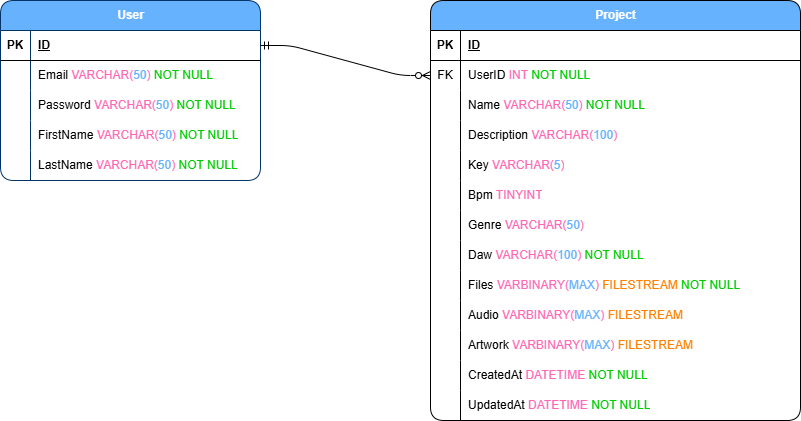
Earlier version of the draw.io export documentation/diagrams/beatblock_erd.drawio.png (damian-pillay/beat-block). Source tidied: cells renumbered, new cells last; positions are measured from the earlier drawing's top-left corner, leaving out a move shared by most shapes. The source it was exported from:
```xml
<mxGraphModel>
  <root>
    <mxCell id="0" />
    <mxCell id="1" parent="0" />
    <mxCell id="2" value="Project" style="shape=table;startSize=30;rowLines=0;fontStyle=1;align=center;html=1;rounded=1;fillColor=#66B2FF;fontColor=#ffffff;strokeColor=#000000;" parent="1" vertex="1">
      <mxGeometry x="430" width="370" height="420" as="geometry" />
    </mxCell>
    <mxCell id="3" style="shape=tableRow;horizontal=0;startSize=0;swimlaneHead=0;swimlaneBody=0;fillColor=none;top=0;left=0;right=0;bottom=1;" parent="2" vertex="1">
      <mxGeometry y="30" width="370" height="30" as="geometry" />
    </mxCell>
    <mxCell id="4" value="PK" style="shape=partialRectangle;fillColor=none;top=0;left=0;bottom=0;right=0;fontStyle=1;overflow=hidden;whiteSpace=wrap;html=1;" parent="3" vertex="1">
      <mxGeometry width="30" height="30" as="geometry" />
    </mxCell>
    <mxCell id="5" value="ID" style="shape=partialRectangle;fillColor=none;top=0;left=0;bottom=0;right=0;align=left;spacingLeft=6;fontStyle=5;overflow=hidden;whiteSpace=wrap;html=1;" parent="3" vertex="1">
      <mxGeometry x="30" width="340" height="30" as="geometry" />
    </mxCell>
    <mxCell id="6" style="shape=tableRow;horizontal=0;startSize=0;swimlaneHead=0;swimlaneBody=0;fillColor=none;points=[[0,0.5],[1,0.5]];portConstraint=eastwest;top=0;left=0;right=0;bottom=0;" parent="2" vertex="1">
      <mxGeometry y="60" width="370" height="30" as="geometry" />
    </mxCell>
    <mxCell id="7" value="FK" style="shape=partialRectangle;fillColor=none;top=0;left=0;bottom=0;right=0;overflow=hidden;whiteSpace=wrap;html=1;" parent="6" vertex="1">
      <mxGeometry width="30" height="30" as="geometry" />
    </mxCell>
    <mxCell id="8" value="UserID &lt;font style=&quot;color: rgb(255, 102, 179);&quot;&gt;INT&amp;nbsp;&lt;/font&gt;&lt;font style=&quot;color: rgb(0, 204, 0);&quot;&gt;&lt;span style=&quot;color: rgb(0, 0, 204);&quot;&gt;&lt;font style=&quot;color: rgb(0, 204, 0);&quot;&gt;NOT NULL&lt;/font&gt;&lt;/span&gt;&lt;/font&gt;" style="shape=partialRectangle;fillColor=none;top=0;left=0;bottom=0;right=0;align=left;spacingLeft=6;overflow=hidden;whiteSpace=wrap;html=1;" parent="6" vertex="1">
      <mxGeometry x="30" width="340" height="30" as="geometry" />
    </mxCell>
    <mxCell id="9" style="shape=tableRow;horizontal=0;startSize=0;swimlaneHead=0;swimlaneBody=0;fillColor=none;top=0;left=0;right=0;bottom=0;" parent="2" vertex="1">
      <mxGeometry y="90" width="370" height="30" as="geometry" />
    </mxCell>
    <mxCell id="10" style="shape=partialRectangle;fillColor=none;top=0;left=0;bottom=0;right=0;overflow=hidden;whiteSpace=wrap;html=1;" parent="9" vertex="1">
      <mxGeometry width="30" height="30" as="geometry" />
    </mxCell>
    <mxCell id="11" value="Name &lt;font style=&quot;color: rgb(255, 102, 179);&quot;&gt;VARCHAR(&lt;/font&gt;&lt;font style=&quot;color: rgb(102, 178, 255);&quot;&gt;50&lt;/font&gt;&lt;font style=&quot;color: rgb(255, 102, 179);&quot;&gt;)&amp;nbsp;&lt;/font&gt;&lt;span style=&quot;color: rgb(0, 204, 0);&quot;&gt;NOT NULL&lt;/span&gt;" style="shape=partialRectangle;fillColor=none;top=0;left=0;bottom=0;right=0;align=left;spacingLeft=6;overflow=hidden;whiteSpace=wrap;html=1;" parent="9" vertex="1">
      <mxGeometry x="30" width="340" height="30" as="geometry" />
    </mxCell>
    <mxCell id="12" style="shape=tableRow;horizontal=0;startSize=0;swimlaneHead=0;swimlaneBody=0;fillColor=none;top=0;left=0;right=0;bottom=0;" parent="2" vertex="1">
      <mxGeometry y="120" width="370" height="30" as="geometry" />
    </mxCell>
    <mxCell id="13" style="shape=partialRectangle;fillColor=none;top=0;left=0;bottom=0;right=0;overflow=hidden;whiteSpace=wrap;html=1;" parent="12" vertex="1">
      <mxGeometry width="30" height="30" as="geometry" />
    </mxCell>
    <mxCell id="14" value="Description&lt;font style=&quot;color: rgb(255, 102, 179);&quot;&gt; VARCHAR(&lt;/font&gt;&lt;font style=&quot;color: rgb(102, 178, 255);&quot;&gt;100&lt;/font&gt;&lt;font style=&quot;color: rgb(255, 102, 179);&quot;&gt;)&amp;nbsp;&lt;/font&gt;" style="shape=partialRectangle;fillColor=none;top=0;left=0;bottom=0;right=0;align=left;spacingLeft=6;overflow=hidden;whiteSpace=wrap;html=1;" parent="12" vertex="1">
      <mxGeometry x="30" width="340" height="30" as="geometry" />
    </mxCell>
    <mxCell id="15" style="shape=tableRow;horizontal=0;startSize=0;swimlaneHead=0;swimlaneBody=0;fillColor=none;top=0;left=0;right=0;bottom=0;" parent="2" vertex="1">
      <mxGeometry y="150" width="370" height="30" as="geometry" />
    </mxCell>
    <mxCell id="16" style="shape=partialRectangle;fillColor=none;top=0;left=0;bottom=0;right=0;overflow=hidden;whiteSpace=wrap;html=1;" parent="15" vertex="1">
      <mxGeometry width="30" height="30" as="geometry" />
    </mxCell>
    <mxCell id="17" value="Key&amp;nbsp;&lt;font style=&quot;color: rgb(255, 102, 179);&quot;&gt;VARCHAR(&lt;/font&gt;&lt;font style=&quot;color: rgb(102, 178, 255);&quot;&gt;5&lt;/font&gt;&lt;font style=&quot;color: rgb(255, 102, 179);&quot;&gt;)&lt;/font&gt;" style="shape=partialRectangle;fillColor=none;top=0;left=0;bottom=0;right=0;align=left;spacingLeft=6;overflow=hidden;whiteSpace=wrap;html=1;" parent="15" vertex="1">
      <mxGeometry x="30" width="340" height="30" as="geometry" />
    </mxCell>
    <mxCell id="18" style="shape=tableRow;horizontal=0;startSize=0;swimlaneHead=0;swimlaneBody=0;fillColor=none;top=0;left=0;right=0;bottom=0;" parent="2" vertex="1">
      <mxGeometry y="180" width="370" height="30" as="geometry" />
    </mxCell>
    <mxCell id="19" style="shape=partialRectangle;fillColor=none;top=0;left=0;bottom=0;right=0;overflow=hidden;whiteSpace=wrap;html=1;" parent="18" vertex="1">
      <mxGeometry width="30" height="30" as="geometry" />
    </mxCell>
    <mxCell id="20" value="Bpm &lt;font style=&quot;color: rgb(255, 102, 179);&quot;&gt;TINYINT&lt;/font&gt;" style="shape=partialRectangle;fillColor=none;top=0;left=0;bottom=0;right=0;align=left;spacingLeft=6;overflow=hidden;whiteSpace=wrap;html=1;" parent="18" vertex="1">
      <mxGeometry x="30" width="340" height="30" as="geometry" />
    </mxCell>
    <mxCell id="21" style="shape=tableRow;horizontal=0;startSize=0;swimlaneHead=0;swimlaneBody=0;fillColor=none;top=0;left=0;right=0;bottom=0;" parent="2" vertex="1">
      <mxGeometry y="210" width="370" height="30" as="geometry" />
    </mxCell>
    <mxCell id="22" style="shape=partialRectangle;fillColor=none;top=0;left=0;bottom=0;right=0;overflow=hidden;whiteSpace=wrap;html=1;" parent="21" vertex="1">
      <mxGeometry width="30" height="30" as="geometry" />
    </mxCell>
    <mxCell id="23" value="Genre &lt;font style=&quot;color: rgb(255, 102, 179);&quot;&gt;VARCHAR(&lt;/font&gt;&lt;font style=&quot;color: rgb(102, 178, 255);&quot;&gt;50&lt;/font&gt;&lt;font style=&quot;color: rgb(255, 102, 179);&quot;&gt;)&lt;/font&gt;" style="shape=partialRectangle;fillColor=none;top=0;left=0;bottom=0;right=0;align=left;spacingLeft=6;overflow=hidden;whiteSpace=wrap;html=1;" parent="21" vertex="1">
      <mxGeometry x="30" width="340" height="30" as="geometry" />
    </mxCell>
    <mxCell id="24" style="shape=tableRow;horizontal=0;startSize=0;swimlaneHead=0;swimlaneBody=0;fillColor=none;top=0;left=0;right=0;bottom=0;" parent="2" vertex="1">
      <mxGeometry y="240" width="370" height="30" as="geometry" />
    </mxCell>
    <mxCell id="25" style="shape=partialRectangle;fillColor=none;top=0;left=0;bottom=0;right=0;overflow=hidden;whiteSpace=wrap;html=1;" parent="24" vertex="1">
      <mxGeometry width="30" height="30" as="geometry" />
    </mxCell>
    <mxCell id="26" value="Daw &lt;font style=&quot;color: rgb(255, 102, 179);&quot;&gt;VARCHAR(&lt;/font&gt;&lt;font style=&quot;color: rgb(102, 178, 255);&quot;&gt;100&lt;/font&gt;&lt;font style=&quot;color: rgb(255, 102, 179);&quot;&gt;)&amp;nbsp;&lt;/font&gt;&lt;span style=&quot;color: rgb(0, 204, 0);&quot;&gt;NOT NULL&lt;/span&gt;" style="shape=partialRectangle;fillColor=none;top=0;left=0;bottom=0;right=0;align=left;spacingLeft=6;overflow=hidden;whiteSpace=wrap;html=1;" parent="24" vertex="1">
      <mxGeometry x="30" width="340" height="30" as="geometry" />
    </mxCell>
    <mxCell id="27" style="shape=tableRow;horizontal=0;startSize=0;swimlaneHead=0;swimlaneBody=0;fillColor=none;top=0;left=0;right=0;bottom=0;" parent="2" vertex="1">
      <mxGeometry y="270" width="370" height="30" as="geometry" />
    </mxCell>
    <mxCell id="28" style="shape=partialRectangle;fillColor=none;top=0;left=0;bottom=0;right=0;overflow=hidden;whiteSpace=wrap;html=1;" parent="27" vertex="1">
      <mxGeometry width="30" height="30" as="geometry" />
    </mxCell>
    <mxCell id="29" value="Files &lt;font style=&quot;color: rgb(255, 102, 179);&quot;&gt;VARBINARY(&lt;/font&gt;&lt;font style=&quot;color: rgb(102, 178, 255);&quot;&gt;MAX&lt;/font&gt;&lt;font style=&quot;color: rgb(255, 102, 179);&quot;&gt;) &lt;/font&gt;&lt;font style=&quot;color: rgb(255, 128, 0);&quot;&gt;FILESTREAM&lt;/font&gt;&lt;font style=&quot;color: rgb(255, 102, 179);&quot;&gt;&amp;nbsp;&lt;/font&gt;&lt;span style=&quot;color: rgb(0, 204, 0);&quot;&gt;NOT NULL&lt;/span&gt;" style="shape=partialRectangle;fillColor=none;top=0;left=0;bottom=0;right=0;align=left;spacingLeft=6;overflow=hidden;whiteSpace=wrap;html=1;" parent="27" vertex="1">
      <mxGeometry x="30" width="340" height="30" as="geometry" />
    </mxCell>
    <mxCell id="30" style="shape=tableRow;horizontal=0;startSize=0;swimlaneHead=0;swimlaneBody=0;fillColor=none;top=0;left=0;right=0;bottom=0;" parent="2" vertex="1">
      <mxGeometry y="300" width="370" height="30" as="geometry" />
    </mxCell>
    <mxCell id="31" style="shape=partialRectangle;fillColor=none;top=0;left=0;bottom=0;right=0;overflow=hidden;whiteSpace=wrap;html=1;" parent="30" vertex="1">
      <mxGeometry width="30" height="30" as="geometry" />
    </mxCell>
    <mxCell id="32" value="Audio&amp;nbsp;&lt;font style=&quot;color: rgb(255, 102, 179);&quot;&gt;VARBINARY(&lt;/font&gt;&lt;font style=&quot;color: rgb(102, 178, 255);&quot;&gt;MAX&lt;/font&gt;&lt;font style=&quot;color: rgb(255, 102, 179);&quot;&gt;)&amp;nbsp;&lt;/font&gt;&lt;span&gt;&lt;font style=&quot;color: rgb(255, 128, 0);&quot;&gt;FILESTREAM&lt;/font&gt;&lt;/span&gt;" style="shape=partialRectangle;fillColor=none;top=0;left=0;bottom=0;right=0;align=left;spacingLeft=6;overflow=hidden;whiteSpace=wrap;html=1;" parent="30" vertex="1">
      <mxGeometry x="30" width="340" height="30" as="geometry" />
    </mxCell>
    <mxCell id="33" style="shape=tableRow;horizontal=0;startSize=0;swimlaneHead=0;swimlaneBody=0;fillColor=none;top=0;left=0;right=0;bottom=0;" parent="2" vertex="1">
      <mxGeometry y="330" width="370" height="30" as="geometry" />
    </mxCell>
    <mxCell id="34" style="shape=partialRectangle;fillColor=none;top=0;left=0;bottom=0;right=0;overflow=hidden;whiteSpace=wrap;html=1;" parent="33" vertex="1">
      <mxGeometry width="30" height="30" as="geometry" />
    </mxCell>
    <mxCell id="35" value="Artwork&amp;nbsp;&lt;font style=&quot;color: rgb(255, 102, 179);&quot;&gt;VARBINARY(&lt;/font&gt;&lt;font style=&quot;color: rgb(102, 178, 255);&quot;&gt;MAX&lt;/font&gt;&lt;font style=&quot;color: rgb(255, 102, 179);&quot;&gt;)&amp;nbsp;&lt;/font&gt;&lt;span&gt;&lt;font style=&quot;color: rgb(255, 128, 0);&quot;&gt;FILESTREAM&lt;/font&gt;&lt;/span&gt;" style="shape=partialRectangle;fillColor=none;top=0;left=0;bottom=0;right=0;align=left;spacingLeft=6;overflow=hidden;whiteSpace=wrap;html=1;" parent="33" vertex="1">
      <mxGeometry x="30" width="340" height="30" as="geometry" />
    </mxCell>
    <mxCell id="36" style="shape=tableRow;horizontal=0;startSize=0;swimlaneHead=0;swimlaneBody=0;fillColor=none;top=0;left=0;right=0;bottom=0;" parent="2" vertex="1">
      <mxGeometry y="360" width="370" height="30" as="geometry" />
    </mxCell>
    <mxCell id="37" style="shape=partialRectangle;fillColor=none;top=0;left=0;bottom=0;right=0;overflow=hidden;whiteSpace=wrap;html=1;" parent="36" vertex="1">
      <mxGeometry width="30" height="30" as="geometry" />
    </mxCell>
    <mxCell id="38" value="CreatedAt &lt;font style=&quot;color: rgb(255, 102, 179);&quot;&gt;DATETIME&amp;nbsp;&lt;/font&gt;&lt;span style=&quot;color: rgb(0, 204, 0);&quot;&gt;NOT NULL&lt;/span&gt;" style="shape=partialRectangle;fillColor=none;top=0;left=0;bottom=0;right=0;align=left;spacingLeft=6;overflow=hidden;whiteSpace=wrap;html=1;" parent="36" vertex="1">
      <mxGeometry x="30" width="340" height="30" as="geometry" />
    </mxCell>
    <mxCell id="39" style="shape=tableRow;horizontal=0;startSize=0;swimlaneHead=0;swimlaneBody=0;fillColor=none;top=0;left=0;right=0;bottom=0;" parent="2" vertex="1">
      <mxGeometry y="390" width="370" height="30" as="geometry" />
    </mxCell>
    <mxCell id="40" style="shape=partialRectangle;fillColor=none;top=0;left=0;bottom=0;right=0;overflow=hidden;whiteSpace=wrap;html=1;" parent="39" vertex="1">
      <mxGeometry width="30" height="30" as="geometry" />
    </mxCell>
    <mxCell id="41" value="UpdatedAt &lt;font style=&quot;color: rgb(255, 102, 179);&quot;&gt;DATETIME&amp;nbsp;&lt;/font&gt;&lt;span style=&quot;color: rgb(0, 204, 0);&quot;&gt;NOT NULL&lt;/span&gt;" style="shape=partialRectangle;fillColor=none;top=0;left=0;bottom=0;right=0;align=left;spacingLeft=6;overflow=hidden;whiteSpace=wrap;html=1;" parent="39" vertex="1">
      <mxGeometry x="30" width="340" height="30" as="geometry" />
    </mxCell>
    <mxCell id="42" value="User" style="shape=table;startSize=30;rowLines=0;fontStyle=1;align=center;html=1;rounded=1;fillColor=#66B2FF;fontColor=#ffffff;strokeColor=#003366;gradientColor=none;swimlaneFillColor=none;fillStyle=auto;" parent="1" vertex="1">
      <mxGeometry width="260" height="180" as="geometry" />
    </mxCell>
    <mxCell id="43" style="shape=tableRow;horizontal=0;startSize=0;swimlaneHead=0;swimlaneBody=0;fillColor=none;points=[[0,0.5],[1,0.5]];portConstraint=eastwest;top=0;left=0;right=0;bottom=1;" parent="42" vertex="1">
      <mxGeometry y="30" width="260" height="30" as="geometry" />
    </mxCell>
    <mxCell id="44" value="PK" style="shape=partialRectangle;fillColor=none;top=0;left=0;bottom=0;right=0;fontStyle=1;overflow=hidden;whiteSpace=wrap;html=1;" parent="43" vertex="1">
      <mxGeometry width="30" height="30" as="geometry" />
    </mxCell>
    <mxCell id="45" value="ID" style="shape=partialRectangle;fillColor=none;top=0;left=0;bottom=0;right=0;align=left;spacingLeft=6;fontStyle=5;overflow=hidden;whiteSpace=wrap;html=1;" parent="43" vertex="1">
      <mxGeometry x="30" width="230" height="30" as="geometry" />
    </mxCell>
    <mxCell id="46" style="shape=tableRow;horizontal=0;startSize=0;swimlaneHead=0;swimlaneBody=0;fillColor=none;top=0;left=0;right=0;bottom=0;" parent="42" vertex="1">
      <mxGeometry y="60" width="260" height="30" as="geometry" />
    </mxCell>
    <mxCell id="47" style="shape=partialRectangle;fillColor=none;top=0;left=0;bottom=0;right=0;overflow=hidden;whiteSpace=wrap;html=1;" parent="46" vertex="1">
      <mxGeometry width="30" height="30" as="geometry" />
    </mxCell>
    <mxCell id="48" value="Email &lt;font style=&quot;color: light-dark(rgb(255, 102, 179), rgb(0, 0, 255));&quot;&gt;VARCHAR(&lt;/font&gt;&lt;font color=&quot;#66b2ff&quot; style=&quot;&quot;&gt;50&lt;/font&gt;&lt;font style=&quot;color: light-dark(rgb(255, 102, 179), rgb(0, 0, 255));&quot;&gt;)&amp;nbsp;&lt;/font&gt;&lt;span style=&quot;color: rgb(0, 204, 0);&quot;&gt;NOT NULL&lt;/span&gt;" style="shape=partialRectangle;fillColor=none;top=0;left=0;bottom=0;right=0;align=left;spacingLeft=6;overflow=hidden;whiteSpace=wrap;html=1;" parent="46" vertex="1">
      <mxGeometry x="30" width="230" height="30" as="geometry" />
    </mxCell>
    <mxCell id="49" style="shape=tableRow;horizontal=0;startSize=0;swimlaneHead=0;swimlaneBody=0;fillColor=none;top=0;left=0;right=0;bottom=0;" parent="42" vertex="1">
      <mxGeometry y="90" width="260" height="30" as="geometry" />
    </mxCell>
    <mxCell id="50" style="shape=partialRectangle;fillColor=none;top=0;left=0;bottom=0;right=0;overflow=hidden;whiteSpace=wrap;html=1;" parent="49" vertex="1">
      <mxGeometry width="30" height="30" as="geometry" />
    </mxCell>
    <mxCell id="51" value="Password &lt;font style=&quot;color: rgb(255, 102, 179);&quot;&gt;VARCHAR(&lt;/font&gt;&lt;font style=&quot;color: rgb(102, 178, 255);&quot;&gt;50&lt;/font&gt;&lt;font style=&quot;color: rgb(255, 102, 179);&quot;&gt;)&amp;nbsp;&lt;/font&gt;&lt;span style=&quot;color: rgb(0, 204, 0);&quot;&gt;NOT NULL&lt;/span&gt;" style="shape=partialRectangle;fillColor=none;top=0;left=0;bottom=0;right=0;align=left;spacingLeft=6;overflow=hidden;whiteSpace=wrap;html=1;" parent="49" vertex="1">
      <mxGeometry x="30" width="230" height="30" as="geometry" />
    </mxCell>
    <mxCell id="52" style="shape=tableRow;horizontal=0;startSize=0;swimlaneHead=0;swimlaneBody=0;fillColor=none;top=0;left=0;right=0;bottom=0;" parent="42" vertex="1">
      <mxGeometry y="120" width="260" height="30" as="geometry" />
    </mxCell>
    <mxCell id="53" style="shape=partialRectangle;fillColor=none;top=0;left=0;bottom=0;right=0;overflow=hidden;whiteSpace=wrap;html=1;" parent="52" vertex="1">
      <mxGeometry width="30" height="30" as="geometry" />
    </mxCell>
    <mxCell id="54" value="FirstName&lt;font style=&quot;color: rgb(255, 102, 179);&quot;&gt; VARCHAR(&lt;/font&gt;&lt;font style=&quot;color: rgb(102, 178, 255);&quot;&gt;50&lt;/font&gt;&lt;font style=&quot;color: rgb(255, 102, 179);&quot;&gt;)&amp;nbsp;&lt;/font&gt;&lt;span style=&quot;color: rgb(0, 204, 0);&quot;&gt;NOT NULL&lt;/span&gt;" style="shape=partialRectangle;fillColor=none;top=0;left=0;bottom=0;right=0;align=left;spacingLeft=6;overflow=hidden;whiteSpace=wrap;html=1;" parent="52" vertex="1">
      <mxGeometry x="30" width="230" height="30" as="geometry" />
    </mxCell>
    <mxCell id="55" style="shape=tableRow;horizontal=0;startSize=0;swimlaneHead=0;swimlaneBody=0;fillColor=none;top=0;left=0;right=0;bottom=0;" parent="42" vertex="1">
      <mxGeometry y="150" width="260" height="30" as="geometry" />
    </mxCell>
    <mxCell id="56" style="shape=partialRectangle;fillColor=none;top=0;left=0;bottom=0;right=0;overflow=hidden;whiteSpace=wrap;html=1;" parent="55" vertex="1">
      <mxGeometry width="30" height="30" as="geometry" />
    </mxCell>
    <mxCell id="57" value="LastName &lt;font style=&quot;color: rgb(255, 102, 179);&quot;&gt;VARCHAR(&lt;/font&gt;&lt;font style=&quot;color: rgb(102, 178, 255);&quot;&gt;50&lt;/font&gt;&lt;font style=&quot;color: rgb(255, 102, 179);&quot;&gt;)&amp;nbsp;&lt;/font&gt;&lt;span style=&quot;color: rgb(0, 204, 0);&quot;&gt;NOT NULL&lt;/span&gt;" style="shape=partialRectangle;fillColor=none;top=0;left=0;bottom=0;right=0;align=left;spacingLeft=6;overflow=hidden;whiteSpace=wrap;html=1;" parent="55" vertex="1">
      <mxGeometry x="30" width="230" height="30" as="geometry" />
    </mxCell>
    <mxCell id="58" style="edgeStyle=entityRelationEdgeStyle;fontSize=12;html=1;endArrow=ERzeroToMany;startArrow=ERmandOne;rounded=1;exitX=1;exitY=0.5;exitDx=0;exitDy=0;entryX=0;entryY=0.5;entryDx=0;entryDy=0;curved=0;" parent="1" edge="1" source="43" target="6">
      <mxGeometry relative="1" as="geometry" />
    </mxCell>
  </root>
</mxGraphModel>
```
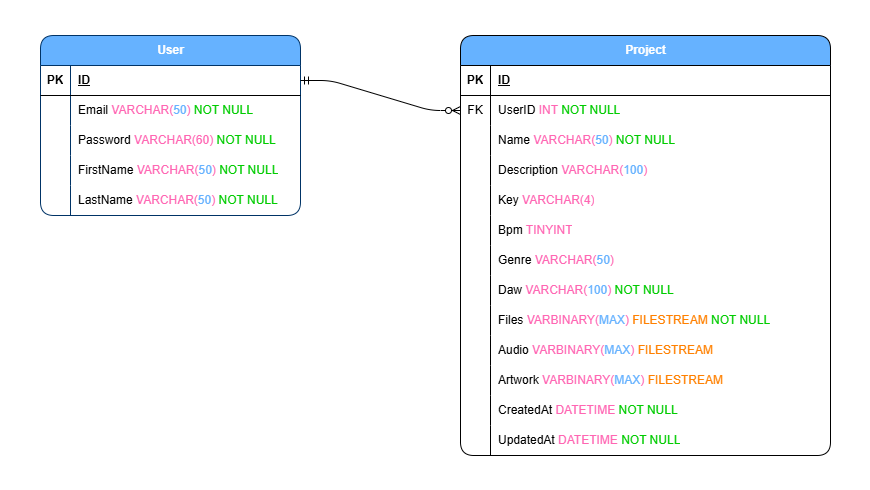
Later version of the same file.

Diff of the diagram source:
```diff
@@ -2,6 +2,9 @@
   <root>
     <mxCell id="0" />
     <mxCell id="1" parent="0" />
+    <mxCell id="59" style="rounded=0;whiteSpace=wrap;html=1;strokeColor=none;" parent="1" vertex="1">
+      <mxGeometry x="-30" y="-35" width="870" height="490" as="geometry" />
+    </mxCell>
     <mxCell id="2" value="Project" style="shape=table;startSize=30;rowLines=0;fontStyle=1;align=center;html=1;rounded=1;fillColor=#66B2FF;fontColor=#ffffff;strokeColor=#000000;" parent="1" vertex="1">
       <mxGeometry x="430" width="370" height="420" as="geometry" />
     </mxCell>
@@ -47,7 +50,7 @@
     <mxCell id="16" style="shape=partialRectangle;fillColor=none;top=0;left=0;bottom=0;right=0;overflow=hidden;whiteSpace=wrap;html=1;" parent="15" vertex="1">
       <mxGeometry width="30" height="30" as="geometry" />
     </mxCell>
-    <mxCell id="17" value="Key&amp;nbsp;&lt;font style=&quot;color: rgb(255, 102, 179);&quot;&gt;VARCHAR(&lt;/font&gt;&lt;font style=&quot;color: rgb(102, 178, 255);&quot;&gt;5&lt;/font&gt;&lt;font style=&quot;color: rgb(255, 102, 179);&quot;&gt;)&lt;/font&gt;" style="shape=partialRectangle;fillColor=none;top=0;left=0;bottom=0;right=0;align=left;spacingLeft=6;overflow=hidden;whiteSpace=wrap;html=1;" parent="15" vertex="1">
+    <mxCell id="17" value="Key&amp;nbsp;&lt;font style=&quot;color: rgb(255, 102, 179);&quot;&gt;VARCHAR(&lt;/font&gt;&lt;font color=&quot;#66b2ff&quot; style=&quot;color: rgb(255, 102, 179);&quot;&gt;4&lt;/font&gt;&lt;font style=&quot;color: rgb(255, 102, 179);&quot;&gt;)&lt;/font&gt;" style="shape=partialRectangle;fillColor=none;top=0;left=0;bottom=0;right=0;align=left;spacingLeft=6;overflow=hidden;whiteSpace=wrap;html=1;" parent="15" vertex="1">
       <mxGeometry x="30" width="340" height="30" as="geometry" />
     </mxCell>
     <mxCell id="18" style="shape=tableRow;horizontal=0;startSize=0;swimlaneHead=0;swimlaneBody=0;fillColor=none;top=0;left=0;right=0;bottom=0;" parent="2" vertex="1">
@@ -123,7 +126,7 @@
       <mxGeometry x="30" width="340" height="30" as="geometry" />
     </mxCell>
     <mxCell id="42" value="User" style="shape=table;startSize=30;rowLines=0;fontStyle=1;align=center;html=1;rounded=1;fillColor=#66B2FF;fontColor=#ffffff;strokeColor=#003366;gradientColor=none;swimlaneFillColor=none;fillStyle=auto;" parent="1" vertex="1">
-      <mxGeometry width="260" height="180" as="geometry" />
+      <mxGeometry x="10" width="260" height="180" as="geometry" />
     </mxCell>
     <mxCell id="43" style="shape=tableRow;horizontal=0;startSize=0;swimlaneHead=0;swimlaneBody=0;fillColor=none;points=[[0,0.5],[1,0.5]];portConstraint=eastwest;top=0;left=0;right=0;bottom=1;" parent="42" vertex="1">
       <mxGeometry y="30" width="260" height="30" as="geometry" />
@@ -149,7 +152,7 @@
     <mxCell id="50" style="shape=partialRectangle;fillColor=none;top=0;left=0;bottom=0;right=0;overflow=hidden;whiteSpace=wrap;html=1;" parent="49" vertex="1">
       <mxGeometry width="30" height="30" as="geometry" />
     </mxCell>
-    <mxCell id="51" value="Password &lt;font style=&quot;color: rgb(255, 102, 179);&quot;&gt;VARCHAR(&lt;/font&gt;&lt;font style=&quot;color: rgb(102, 178, 255);&quot;&gt;50&lt;/font&gt;&lt;font style=&quot;color: rgb(255, 102, 179);&quot;&gt;)&amp;nbsp;&lt;/font&gt;&lt;span style=&quot;color: rgb(0, 204, 0);&quot;&gt;NOT NULL&lt;/span&gt;" style="shape=partialRectangle;fillColor=none;top=0;left=0;bottom=0;right=0;align=left;spacingLeft=6;overflow=hidden;whiteSpace=wrap;html=1;" parent="49" vertex="1">
+    <mxCell id="51" value="Password &lt;font style=&quot;color: rgb(255, 102, 179);&quot;&gt;VARCHAR(&lt;/font&gt;&lt;font color=&quot;#66b2ff&quot; style=&quot;color: rgb(255, 102, 179);&quot;&gt;60&lt;/font&gt;&lt;font style=&quot;color: rgb(255, 102, 179);&quot;&gt;)&amp;nbsp;&lt;/font&gt;&lt;span style=&quot;color: rgb(0, 204, 0);&quot;&gt;NOT NULL&lt;/span&gt;" style="shape=partialRectangle;fillColor=none;top=0;left=0;bottom=0;right=0;align=left;spacingLeft=6;overflow=hidden;whiteSpace=wrap;html=1;" parent="49" vertex="1">
       <mxGeometry x="30" width="230" height="30" as="geometry" />
     </mxCell>
     <mxCell id="52" style="shape=tableRow;horizontal=0;startSize=0;swimlaneHead=0;swimlaneBody=0;fillColor=none;top=0;left=0;right=0;bottom=0;" parent="42" vertex="1">
```
